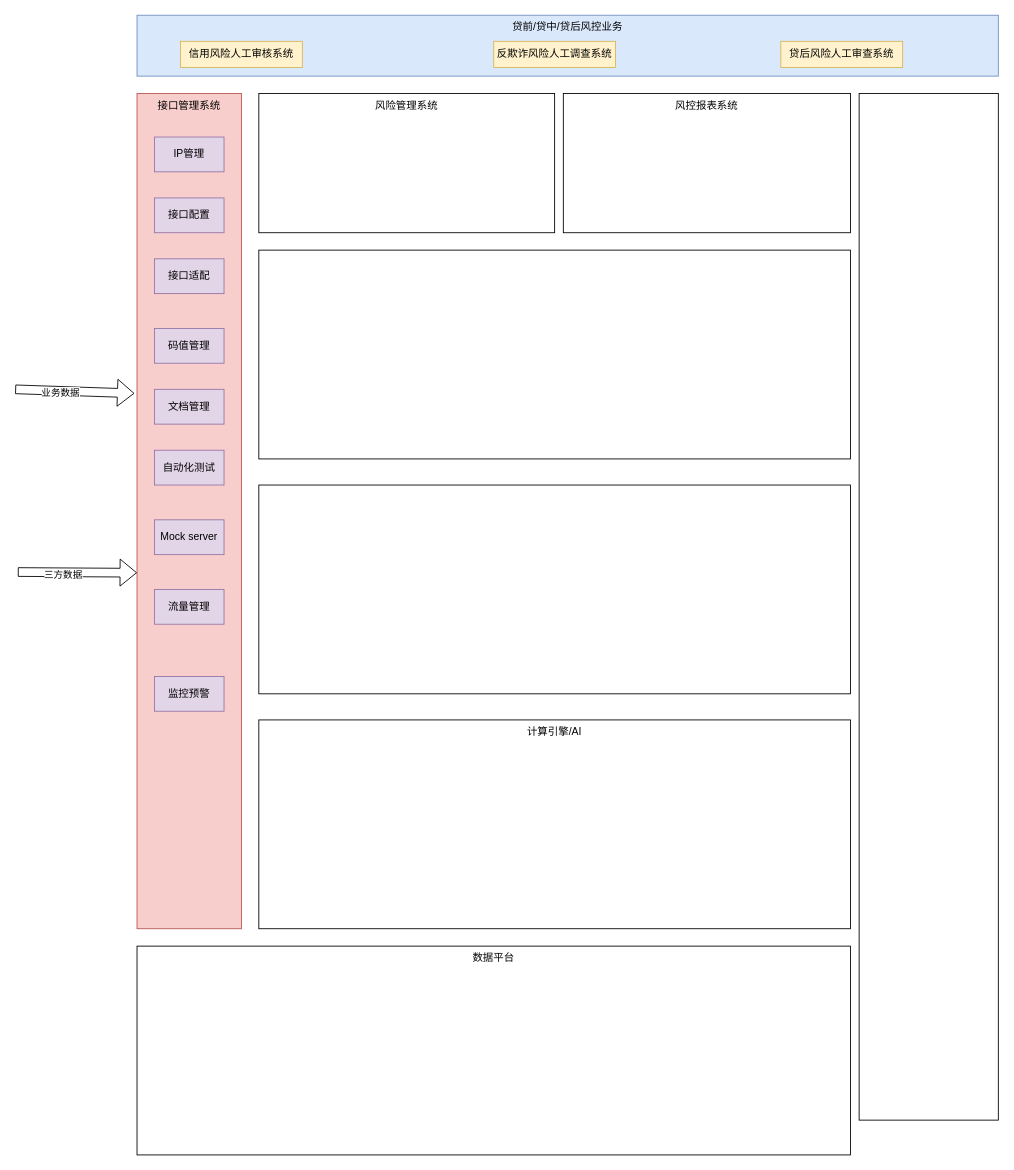
This is 智能风控系统功能架构.drawio from liojian198/Bin-Blog, a draw.io file, before an edit. Source tidied: cells renumbered, new cells numbered last; positions are measured from the earlier drawing's top-left corner, leaving out a move shared by most shapes. Both pictures are drawn from the tidied source at 87%, with x=0, y=0 at pixel (15, 15).
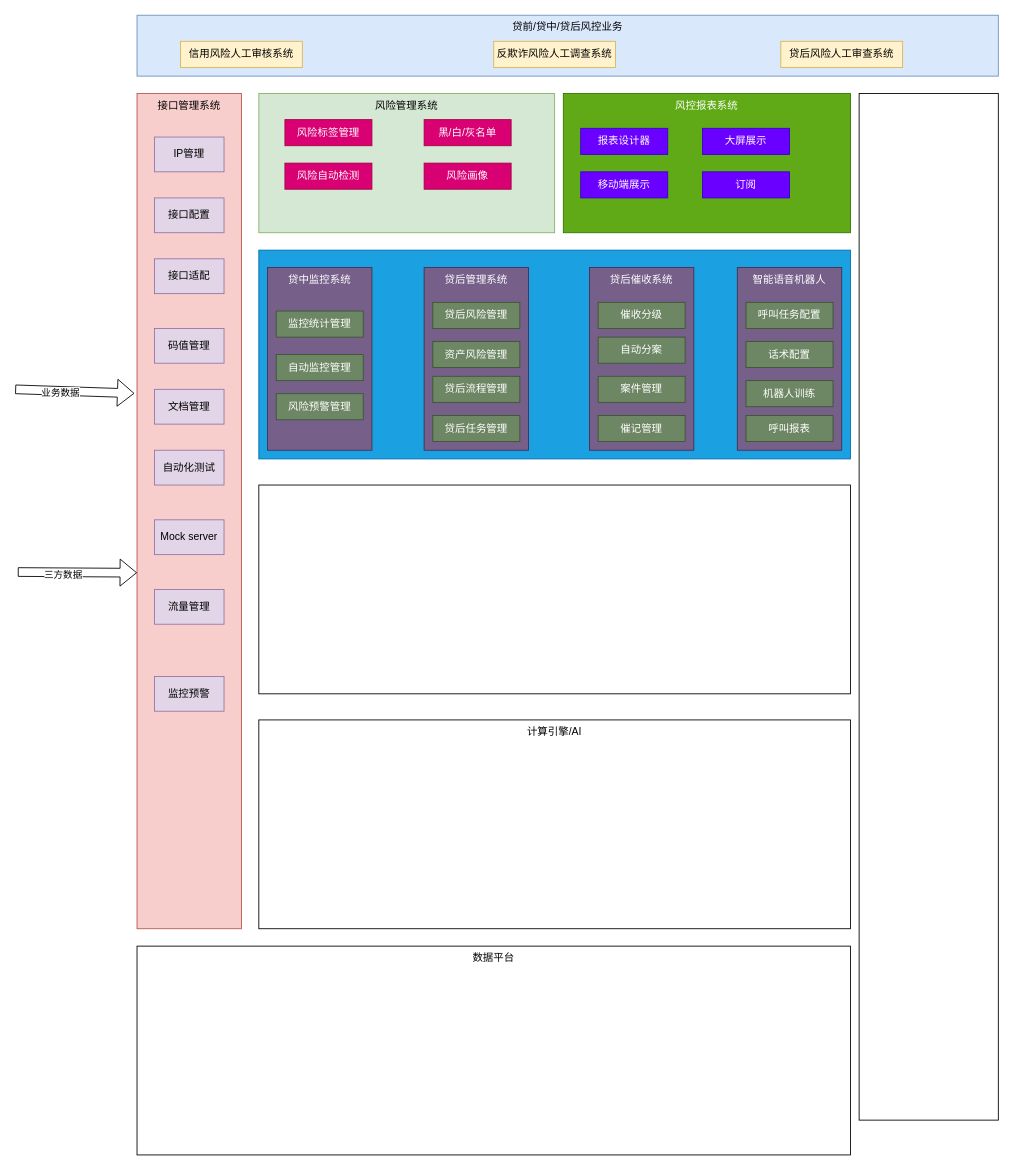
The same diagram, later.

Commit message (it also covers changes not shown here):
更新智能风控系统功能架构.drawio

What changed in the source:
```diff
@@
-    <mxCell id="20" value="风险管理系统" style="rounded=0;whiteSpace=wrap;html=1;verticalAlign=top;" parent="1" vertex="1">
+    <mxCell id="20" value="风险管理系统" style="rounded=0;whiteSpace=wrap;html=1;verticalAlign=top;fillColor=#d5e8d4;strokeColor=#82b366;" parent="1" vertex="1">
       <mxGeometry x="280" y="90" width="340" height="160" as="geometry" />
     </mxCell>
-    <mxCell id="21" value="风控报表系统" style="rounded=0;whiteSpace=wrap;html=1;verticalAlign=top;" parent="1" vertex="1">
+    <mxCell id="21" value="风控报表系统" style="rounded=0;whiteSpace=wrap;html=1;verticalAlign=top;fillColor=#60a917;strokeColor=#2D7600;fontColor=#ffffff;" parent="1" vertex="1">
       <mxGeometry x="630" y="90" width="330" height="160" as="geometry" />
     </mxCell>
@@
-    <mxCell id="23" style="rounded=0;whiteSpace=wrap;html=1;verticalAlign=top;" parent="1" vertex="1">
+    <mxCell id="23" style="rounded=0;whiteSpace=wrap;html=1;verticalAlign=top;fillColor=#1ba1e2;strokeColor=#006EAF;fontColor=#ffffff;" parent="1" vertex="1">
       <mxGeometry x="280" y="270" width="680" height="240" as="geometry" />
     </mxCell>
@@
+    <mxCell id="27" value="风险标签管理" style="rounded=0;whiteSpace=wrap;html=1;fillColor=#d80073;strokeColor=#A50040;fontColor=#ffffff;" parent="1" vertex="1">
+      <mxGeometry x="310" y="120" width="100" height="30" as="geometry" />
+    </mxCell>
+    <mxCell id="28" value="黑/白/灰名单" style="rounded=0;whiteSpace=wrap;html=1;fillColor=#d80073;strokeColor=#A50040;fontColor=#ffffff;" parent="1" vertex="1">
+      <mxGeometry x="470" y="120" width="100" height="30" as="geometry" />
+    </mxCell>
+    <mxCell id="29" value="风险自动检测" style="rounded=0;whiteSpace=wrap;html=1;fillColor=#d80073;strokeColor=#A50040;fontColor=#ffffff;" parent="1" vertex="1">
+      <mxGeometry x="310" y="170" width="100" height="30" as="geometry" />
+    </mxCell>
+    <mxCell id="30" value="风险画像" style="rounded=0;whiteSpace=wrap;html=1;fillColor=#d80073;strokeColor=#A50040;fontColor=#ffffff;" parent="1" vertex="1">
+      <mxGeometry x="470" y="170" width="100" height="30" as="geometry" />
+    </mxCell>
+    <mxCell id="31" value="报表设计器" style="rounded=0;whiteSpace=wrap;html=1;fillColor=#6a00ff;strokeColor=#3700CC;fontColor=#ffffff;" parent="1" vertex="1">
+      <mxGeometry x="650" y="130" width="100" height="30" as="geometry" />
+    </mxCell>
+    <mxCell id="32" value="大屏展示" style="rounded=0;whiteSpace=wrap;html=1;fillColor=#6a00ff;strokeColor=#3700CC;fontColor=#ffffff;" parent="1" vertex="1">
+      <mxGeometry x="790" y="130" width="100" height="30" as="geometry" />
+    </mxCell>
+    <mxCell id="33" value="移动端展示" style="rounded=0;whiteSpace=wrap;html=1;fillColor=#6a00ff;strokeColor=#3700CC;fontColor=#ffffff;" parent="1" vertex="1">
+      <mxGeometry x="650" y="180" width="100" height="30" as="geometry" />
+    </mxCell>
+    <mxCell id="34" value="订阅" style="rounded=0;whiteSpace=wrap;html=1;fillColor=#6a00ff;strokeColor=#3700CC;fontColor=#ffffff;" parent="1" vertex="1">
+      <mxGeometry x="790" y="180" width="100" height="30" as="geometry" />
+    </mxCell>
+    <mxCell id="35" value="贷中监控系统" style="rounded=0;whiteSpace=wrap;html=1;verticalAlign=top;fillColor=#76608a;strokeColor=#432D57;fontColor=#ffffff;" parent="1" vertex="1">
+      <mxGeometry x="290" y="290" width="120" height="210" as="geometry" />
+    </mxCell>
+    <mxCell id="36" value="贷后管理系统" style="rounded=0;whiteSpace=wrap;html=1;verticalAlign=top;fillColor=#76608a;strokeColor=#432D57;fontColor=#ffffff;" parent="1" vertex="1">
+      <mxGeometry x="470" y="290" width="120" height="210" as="geometry" />
+    </mxCell>
+    <mxCell id="37" value="贷后催收系统" style="rounded=0;whiteSpace=wrap;html=1;verticalAlign=top;fillColor=#76608a;strokeColor=#432D57;fontColor=#ffffff;" parent="1" vertex="1">
+      <mxGeometry x="660" y="290" width="120" height="210" as="geometry" />
+    </mxCell>
+    <mxCell id="38" value="智能语音机器人" style="rounded=0;whiteSpace=wrap;html=1;verticalAlign=top;fillColor=#76608a;strokeColor=#432D57;fontColor=#ffffff;" parent="1" vertex="1">
+      <mxGeometry x="830" y="290" width="120" height="210" as="geometry" />
+    </mxCell>
+    <mxCell id="39" value="监控统计管理" style="rounded=0;whiteSpace=wrap;html=1;fillColor=#6d8764;strokeColor=#3A5431;fontColor=#ffffff;" parent="1" vertex="1">
+      <mxGeometry x="300" y="340" width="100" height="30" as="geometry" />
+    </mxCell>
+    <mxCell id="40" value="自动监控管理" style="rounded=0;whiteSpace=wrap;html=1;fillColor=#6d8764;strokeColor=#3A5431;fontColor=#ffffff;" parent="1" vertex="1">
+      <mxGeometry x="300" y="390" width="100" height="30" as="geometry" />
+    </mxCell>
+    <mxCell id="41" value="风险预警管理" style="rounded=0;whiteSpace=wrap;html=1;fillColor=#6d8764;strokeColor=#3A5431;fontColor=#ffffff;" parent="1" vertex="1">
+      <mxGeometry x="300" y="435" width="100" height="30" as="geometry" />
+    </mxCell>
+    <mxCell id="42" value="贷后风险管理" style="rounded=0;whiteSpace=wrap;html=1;fillColor=#6d8764;strokeColor=#3A5431;fontColor=#ffffff;" parent="1" vertex="1">
+      <mxGeometry x="480" y="330" width="100" height="30" as="geometry" />
+    </mxCell>
+    <mxCell id="43" value="资产风险管理" style="rounded=0;whiteSpace=wrap;html=1;fillColor=#6d8764;strokeColor=#3A5431;fontColor=#ffffff;" parent="1" vertex="1">
+      <mxGeometry x="480" y="375" width="100" height="30" as="geometry" />
+    </mxCell>
+    <mxCell id="44" value="贷后流程管理" style="rounded=0;whiteSpace=wrap;html=1;fillColor=#6d8764;strokeColor=#3A5431;fontColor=#ffffff;" parent="1" vertex="1">
+      <mxGeometry x="480" y="415" width="100" height="30" as="geometry" />
+    </mxCell>
+    <mxCell id="45" value="贷后任务管理" style="rounded=0;whiteSpace=wrap;html=1;fillColor=#6d8764;strokeColor=#3A5431;fontColor=#ffffff;" parent="1" vertex="1">
+      <mxGeometry x="480" y="460" width="100" height="30" as="geometry" />
+    </mxCell>
+    <mxCell id="46" value="催收分级" style="rounded=0;whiteSpace=wrap;html=1;fillColor=#6d8764;strokeColor=#3A5431;fontColor=#ffffff;" parent="1" vertex="1">
+      <mxGeometry x="670" y="330" width="100" height="30" as="geometry" />
+    </mxCell>
+    <mxCell id="47" value="自动分案" style="rounded=0;whiteSpace=wrap;html=1;fillColor=#6d8764;strokeColor=#3A5431;fontColor=#ffffff;" parent="1" vertex="1">
+      <mxGeometry x="670" y="370" width="100" height="30" as="geometry" />
+    </mxCell>
+    <mxCell id="48" value="案件管理" style="rounded=0;whiteSpace=wrap;html=1;fillColor=#6d8764;strokeColor=#3A5431;fontColor=#ffffff;" parent="1" vertex="1">
+      <mxGeometry x="670" y="415" width="100" height="30" as="geometry" />
+    </mxCell>
+    <mxCell id="49" value="催记管理" style="rounded=0;whiteSpace=wrap;html=1;fillColor=#6d8764;strokeColor=#3A5431;fontColor=#ffffff;" parent="1" vertex="1">
+      <mxGeometry x="670" y="460" width="100" height="30" as="geometry" />
+    </mxCell>
+    <mxCell id="50" value="呼叫任务配置" style="rounded=0;whiteSpace=wrap;html=1;fillColor=#6d8764;strokeColor=#3A5431;fontColor=#ffffff;" parent="1" vertex="1">
+      <mxGeometry x="840" y="330" width="100" height="30" as="geometry" />
+    </mxCell>
+    <mxCell id="51" value="话术配置" style="rounded=0;whiteSpace=wrap;html=1;fillColor=#6d8764;strokeColor=#3A5431;fontColor=#ffffff;" parent="1" vertex="1">
+      <mxGeometry x="840" y="375" width="100" height="30" as="geometry" />
+    </mxCell>
+    <mxCell id="52" value="机器人训练" style="rounded=0;whiteSpace=wrap;html=1;fillColor=#6d8764;strokeColor=#3A5431;fontColor=#ffffff;" parent="1" vertex="1">
+      <mxGeometry x="840" y="420" width="100" height="30" as="geometry" />
+    </mxCell>
+    <mxCell id="53" value="呼叫报表" style="rounded=0;whiteSpace=wrap;html=1;fillColor=#6d8764;strokeColor=#3A5431;fontColor=#ffffff;" parent="1" vertex="1">
+      <mxGeometry x="840" y="460" width="100" height="30" as="geometry" />
+    </mxCell>
```
